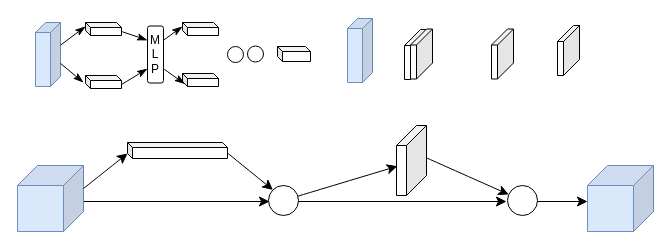
DingDongZz/typera_PicGO keeps this draw.io diagram as DrawIO_file/流程图/CBAM注意力机制.drawio. Above is the earlier version. Source tidied: cells renumbered, new cells numbered last; positions are measured from the earlier drawing's top-left corner, leaving out a move shared by most shapes. Both pictures are drawn from the tidied source at 100%, with x=0, y=0 at pixel (17, 18).
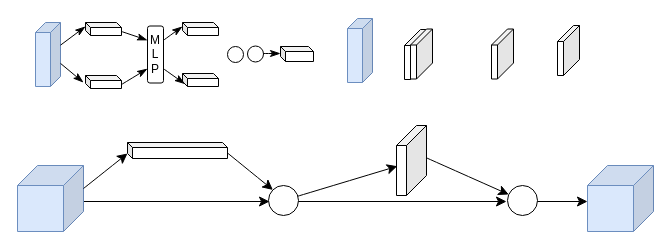
The same page after the edit.

Commit message (it also covers changes not shown here):
更新CBAM注意力机制.drawio

Diff of the diagram source:
```diff
@@
     <mxCell id="16" style="shape=cube;whiteSpace=wrap;html=1;boundedLbl=1;backgroundOutline=1;darkOpacity=0.05;darkOpacity2=0.1;size=5;" parent="1" vertex="1">
-      <mxGeometry x="260" y="28" width="33" height="15" as="geometry" />
+      <mxGeometry x="263" y="28" width="33" height="15" as="geometry" />
     </mxCell>
@@
+    <mxCell id="36" style="edgeStyle=none;shape=connector;curved=1;rounded=0;orthogonalLoop=1;jettySize=auto;html=1;entryX=0;entryY=0;entryDx=0;entryDy=10;entryPerimeter=0;strokeColor=default;align=center;verticalAlign=middle;fontFamily=Helvetica;fontSize=12;fontColor=default;labelBackgroundColor=default;startSize=8;endArrow=classicThin;endFill=1;endSize=8;" parent="1" edge="1">
+      <mxGeometry relative="1" as="geometry">
+        <mxPoint x="246" y="35" as="sourcePoint" />
+        <mxPoint x="263" y="35" as="targetPoint" />
+      </mxGeometry>
+    </mxCell>
```
